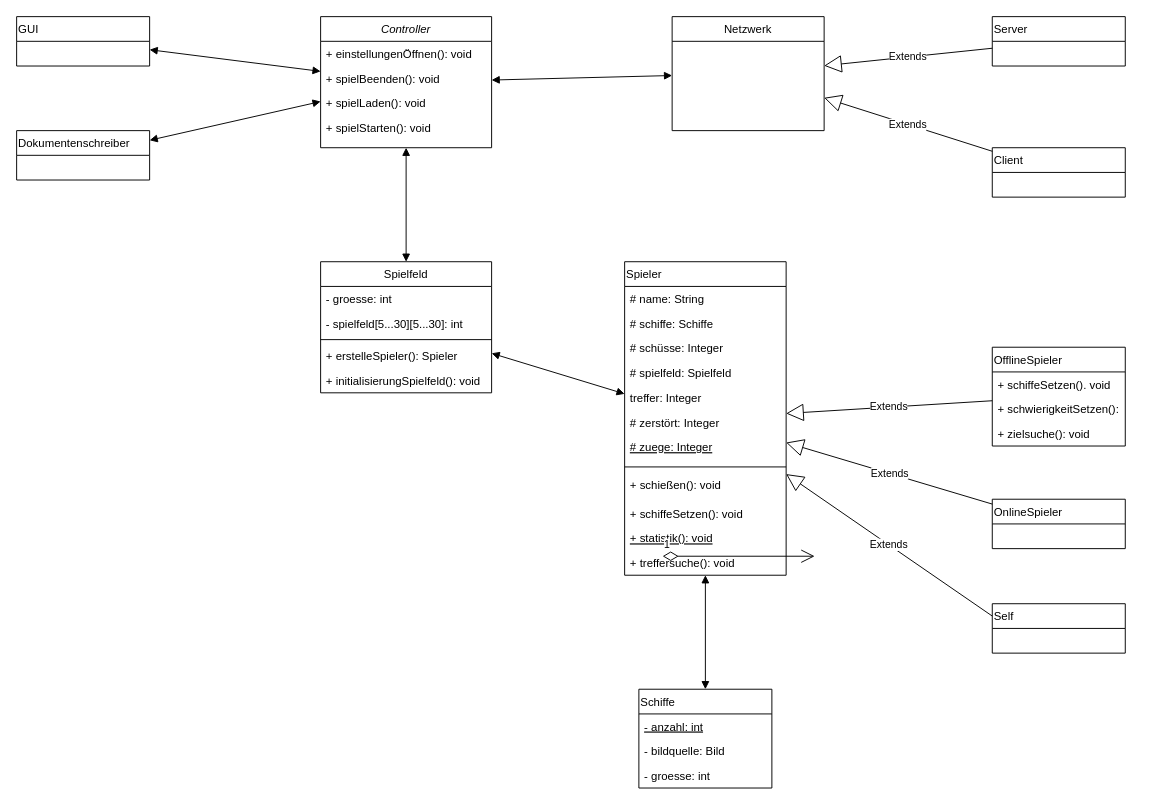
Before: src/Diagramme/Klassendiagram_SchiffeVersenken.drawio in ExziiL/Programmierpraktikum, a draw.io diagram. Source tidied: cells renumbered, new cells numbered last; positions are measured from the earlier drawing's top-left corner, leaving out a move shared by most shapes. Both pictures are drawn from the tidied source at 95%, with x=0, y=0 at pixel (16, 16).
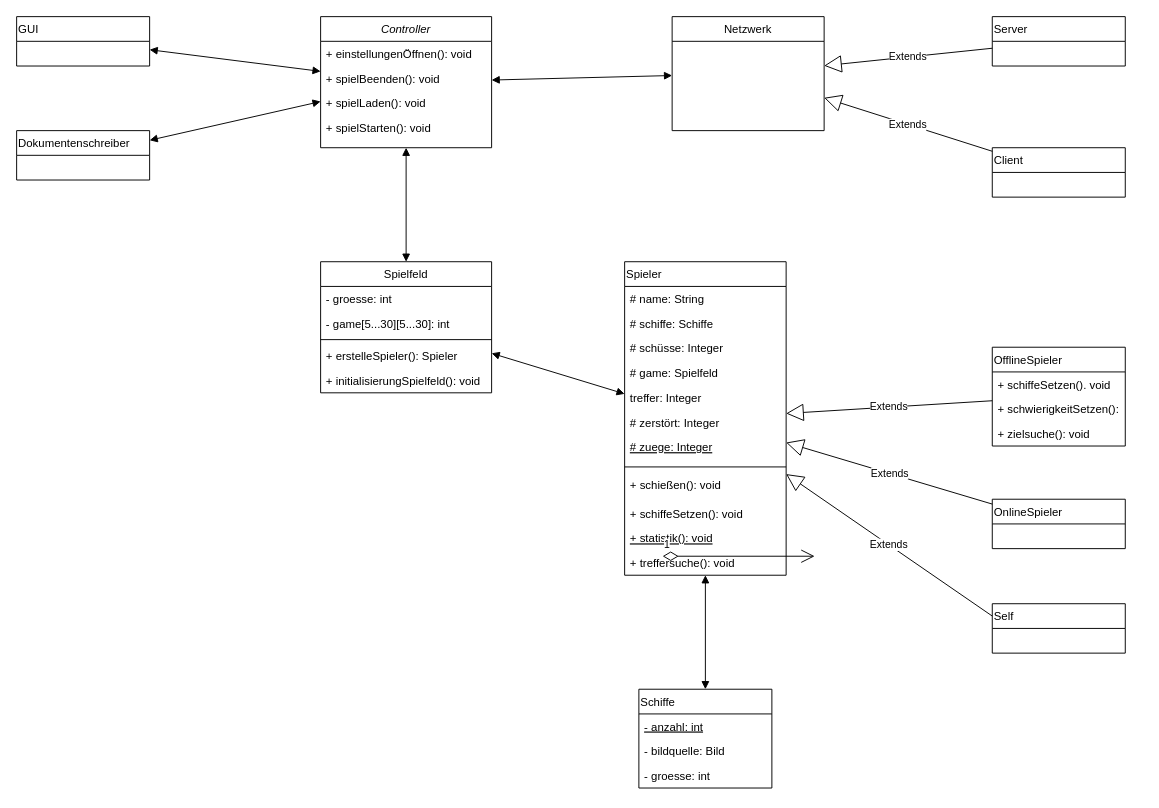
The same diagram, later.

Unchanged cells that the change refers to:
```xml
<mxCell id="7" value="Spielfeld" style="swimlane;fontStyle=0;align=center;verticalAlign=top;horizontal=1;startSize=26;rounded=0;shadow=0;strokeWidth=1;" parent="1" vertex="1">
  <mxGeometry x="320" y="258" width="180" height="138" as="geometry" />
</mxCell>
<mxCell id="14" value="Spieler" style="swimlane;fontStyle=0;horizontal=1;startSize=26;fillColor=none;align=left;verticalAlign=top;" parent="1" vertex="1">
  <mxGeometry x="640" y="258" width="170" height="330" as="geometry" />
</mxCell>
```

The edit, as a diff of the source:
```diff
@@
-    <mxCell id="9" value="- spielfeld[5...30][5...30]: int" style="text;align=left;verticalAlign=top;spacingLeft=4;spacingRight=4;overflow=hidden;rounded=0;shadow=0;html=0;" parent="7" vertex="1">
+    <mxCell id="9" value="- game[5...30][5...30]: int" style="text;align=left;verticalAlign=top;spacingLeft=4;spacingRight=4;overflow=hidden;rounded=0;shadow=0;html=0;" parent="7" vertex="1">
       <mxGeometry y="52" width="180" height="26" as="geometry" />
     </mxCell>
@@
-    <mxCell id="18" value="# spielfeld: Spielfeld" style="text;strokeColor=none;fillColor=none;align=left;verticalAlign=top;spacingLeft=4;spacingRight=4;overflow=hidden;" parent="14" vertex="1">
+    <mxCell id="18" value="# game: Spielfeld" style="text;strokeColor=none;fillColor=none;align=left;verticalAlign=top;spacingLeft=4;spacingRight=4;overflow=hidden;" parent="14" vertex="1">
       <mxGeometry y="104" width="170" height="26" as="geometry" />
     </mxCell>
```
